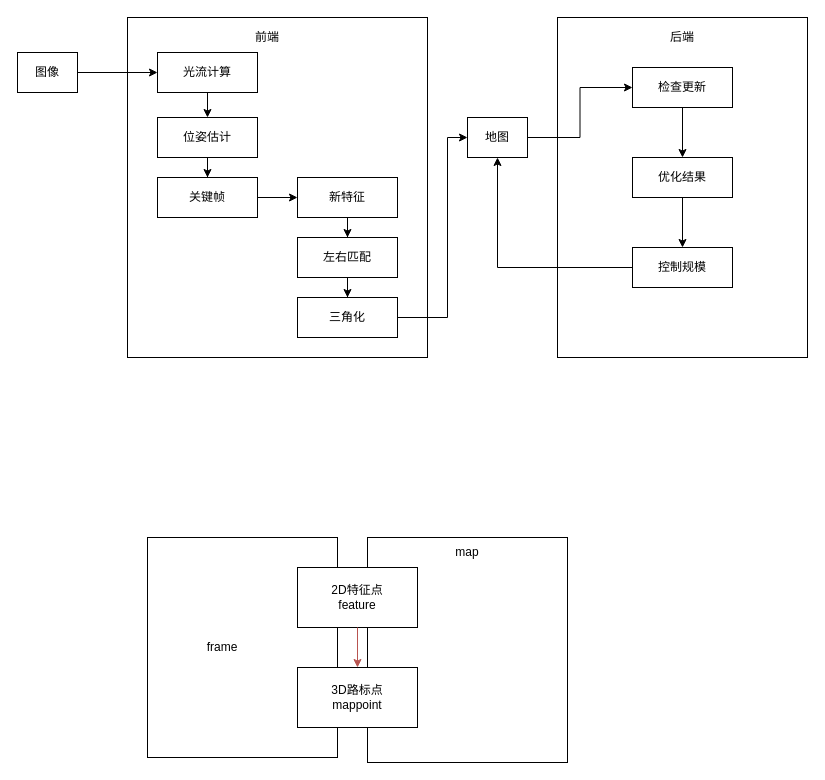
ShaoHLeon/slam_CH13 keeps this draw.io diagram as docs/算法框架.drawio. Above is the earlier version. Source tidied: cells renumbered, new cells numbered last; positions are measured from the earlier drawing's top-left corner, leaving out a move shared by most shapes. Both pictures are drawn from the tidied source at 100%, with x=0, y=0 at pixel (17, 17).
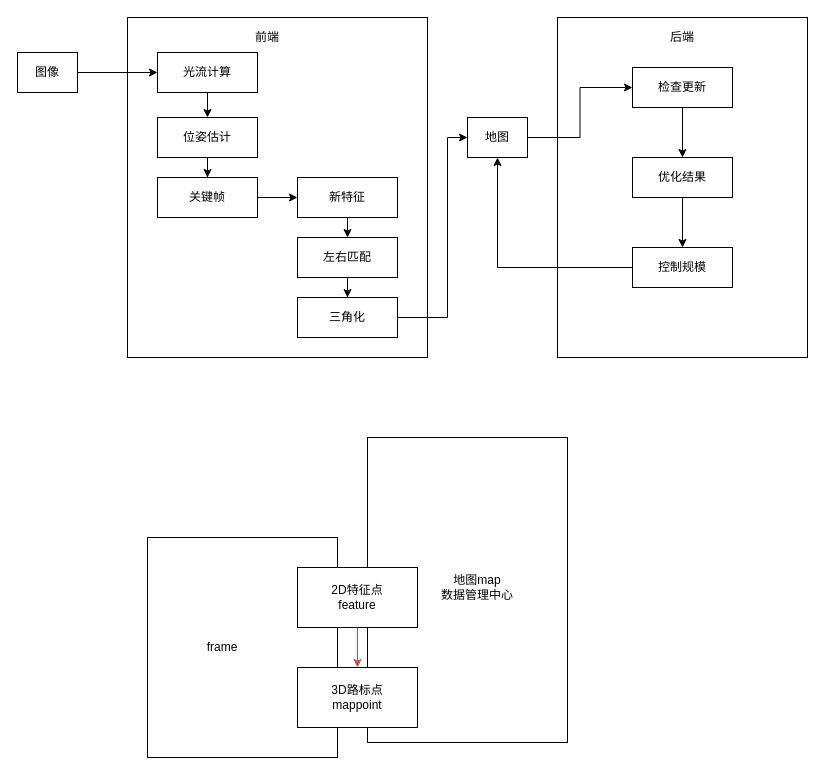
Above is the later version.

Diff of the diagram source:
```diff
@@
     <mxCell id="5" style="rounded=0;whiteSpace=wrap;html=1;" parent="1" vertex="1">
-      <mxGeometry x="350" y="520" width="200" height="225" as="geometry" />
+      <mxGeometry x="350" y="420" width="200" height="305" as="geometry" />
     </mxCell>
@@
-    <mxCell id="35" value="map" style="text;html=1;align=center;verticalAlign=middle;whiteSpace=wrap;rounded=0;" parent="1" vertex="1">
-      <mxGeometry x="420" y="520" width="60" height="30" as="geometry" />
+    <mxCell id="35" value="&lt;div style=&quot;&quot;&gt;&lt;span style=&quot;background-color: transparent; color: light-dark(rgb(0, 0, 0), rgb(255, 255, 255));&quot;&gt;地图map&lt;/span&gt;&lt;/div&gt;&lt;div&gt;数据管理中心&lt;/div&gt;" style="text;html=1;align=center;verticalAlign=middle;whiteSpace=wrap;rounded=0;" parent="1" vertex="1">
+      <mxGeometry x="410" y="420" width="100" height="300" as="geometry" />
     </mxCell>
```
